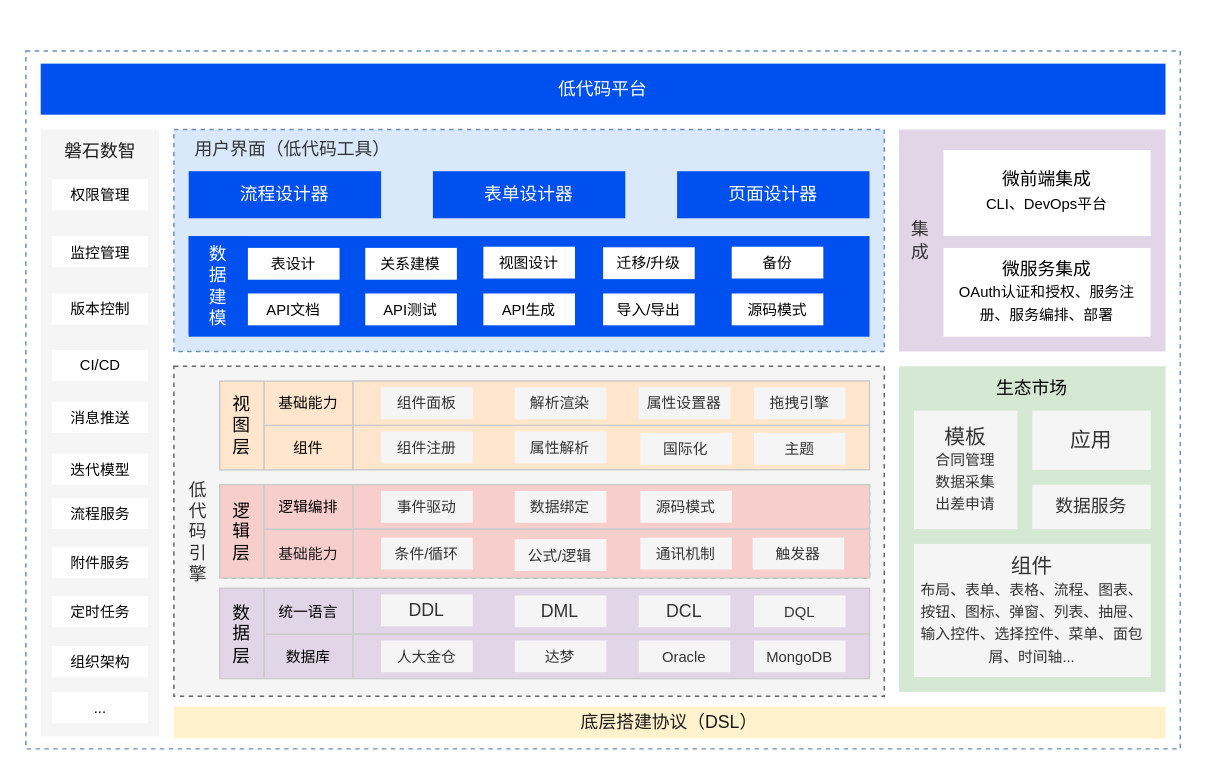
Earlier version of the draw.io diagram 低代码—泳道图—研究内容.drawio (tangyaosimida/love). Source tidied: cells renumbered, new cells numbered last; positions are measured from the earlier drawing's top-left corner, leaving out a move shared by most shapes. Both pictures are drawn from the tidied source at 148%, with x=0, y=0 at pixel (25, 50).
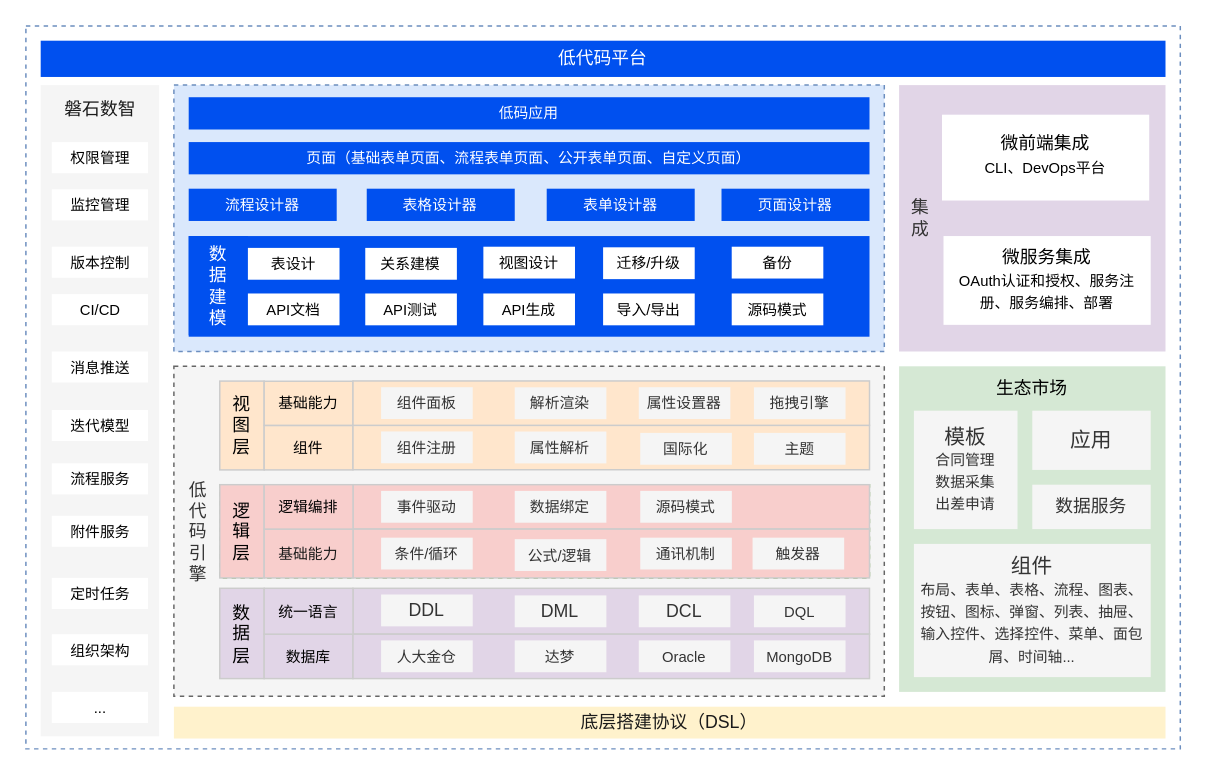
After the change.

Commit message:
更新低代码—泳道图—研究内容.drawio

Change to the diagram source:
```diff
@@
     <mxCell id="2" style="rounded=0;whiteSpace=wrap;html=1;dashed=1;fillColor=none;strokeColor=#6c8ebf;strokeWidth=1;" parent="1" vertex="1">
-      <mxGeometry width="780" height="471.5" as="geometry" />
+      <mxGeometry y="-17" width="780" height="488.5" as="geometry" />
     </mxCell>
@@
     <mxCell id="4" style="rounded=0;whiteSpace=wrap;html=1;fillColor=#dae8fc;strokeColor=#6c8ebf;dashed=1;" parent="1" vertex="1">
-      <mxGeometry x="100" y="53" width="480" height="150" as="geometry" />
+      <mxGeometry x="100" y="23" width="480" height="180" as="geometry" />
     </mxCell>
     <mxCell id="5" style="rounded=0;whiteSpace=wrap;html=1;strokeWidth=1;strokeColor=none;fillColor=#f5f5f5;fontColor=#333333;" parent="1" vertex="1">
-      <mxGeometry x="10" y="53" width="80" height="410" as="geometry" />
+      <mxGeometry x="10" y="23" width="80" height="440" as="geometry" />
     </mxCell>
     <mxCell id="6" value="低代码平台" style="rounded=0;whiteSpace=wrap;html=1;fillColor=#0050ef;fontColor=#ffffff;strokeColor=none;" parent="1" vertex="1">
-      <mxGeometry x="10" y="8.5" width="760" height="34.5" as="geometry" />
+      <mxGeometry x="10" y="-7" width="760" height="24.5" as="geometry" />
     </mxCell>
@@
     <mxCell id="8" value="磐石数智" style="text;html=1;align=center;verticalAlign=middle;whiteSpace=wrap;rounded=0;fontColor=#1A1A1A;" parent="1" vertex="1">
-      <mxGeometry x="17.5" y="58.8" width="65" height="18.5" as="geometry" />
+      <mxGeometry x="17.5" y="31.2" width="65" height="18.5" as="geometry" />
     </mxCell>
@@
     <mxCell id="11" value="权限管理" style="rounded=0;whiteSpace=wrap;html=1;fontSize=10;strokeColor=none;" parent="1" vertex="1">
-      <mxGeometry x="17.5" y="86.6" width="65" height="21" as="geometry" />
+      <mxGeometry x="17.5" y="61.5" width="65" height="21" as="geometry" />
     </mxCell>
     <mxCell id="12" value="监控管理" style="rounded=0;whiteSpace=wrap;html=1;fontSize=10;strokeColor=none;" parent="1" vertex="1">
-      <mxGeometry x="17.5" y="125" width="65" height="21" as="geometry" />
+      <mxGeometry x="17.5" y="93.4" width="65" height="21" as="geometry" />
     </mxCell>
     <mxCell id="13" value="版本控制" style="rounded=0;whiteSpace=wrap;html=1;fontSize=10;strokeColor=none;" parent="1" vertex="1">
-      <mxGeometry x="17.5" y="163.8" width="65" height="21" as="geometry" />
+      <mxGeometry x="17.5" y="132.2" width="65" height="21" as="geometry" />
     </mxCell>
     <mxCell id="14" value="CI/CD" style="rounded=0;whiteSpace=wrap;html=1;fontSize=10;strokeColor=none;" parent="1" vertex="1">
-      <mxGeometry x="17.5" y="201.9" width="65" height="21" as="geometry" />
+      <mxGeometry x="17.5" y="164.2" width="65" height="21" as="geometry" />
     </mxCell>
     <mxCell id="15" value="消息推送" style="rounded=0;whiteSpace=wrap;html=1;fontSize=10;strokeColor=none;" parent="1" vertex="1">
-      <mxGeometry x="17.5" y="237" width="65" height="21" as="geometry" />
+      <mxGeometry x="17.5" y="203" width="65" height="21" as="geometry" />
     </mxCell>
     <mxCell id="16" value="流程服务" style="rounded=0;whiteSpace=wrap;html=1;fontSize=10;strokeColor=none;" parent="1" vertex="1">
-      <mxGeometry x="17.5" y="302" width="65" height="21" as="geometry" />
+      <mxGeometry x="17.5" y="278.5" width="65" height="21" as="geometry" />
     </mxCell>
     <mxCell id="17" value="定时任务" style="rounded=0;whiteSpace=wrap;html=1;fontSize=10;strokeColor=none;" parent="1" vertex="1">
-      <mxGeometry x="17.5" y="368.2" width="65" height="21" as="geometry" />
+      <mxGeometry x="17.5" y="356" width="65" height="21" as="geometry" />
     </mxCell>
     <mxCell id="18" value="组织架构" style="rounded=0;whiteSpace=wrap;html=1;fontSize=10;strokeColor=none;" parent="1" vertex="1">
-      <mxGeometry x="17.5" y="402" width="65" height="21" as="geometry" />
+      <mxGeometry x="17.5" y="394" width="65" height="21" as="geometry" />
     </mxCell>
@@
-    <mxCell id="64" value="&lt;font color=&quot;#333333&quot; style=&quot;font-size: 12px;&quot;&gt;用户界面（低代码工具）&lt;/font&gt;" style="text;html=1;align=center;verticalAlign=middle;whiteSpace=wrap;rounded=0;" parent="1" vertex="1">
-      <mxGeometry x="111" y="53" width="139" height="28.2" as="geometry" />
-    </mxCell>
-    <mxCell id="65" value="流程设计器" style="rounded=0;whiteSpace=wrap;html=1;fillColor=#0050ef;fontColor=#ffffff;strokeColor=none;" parent="1" vertex="1">
-      <mxGeometry x="110" y="81.2" width="130" height="31.8" as="geometry" />
+    <mxCell id="65" value="&lt;font style=&quot;font-size: 10px;&quot;&gt;流程设计器&lt;/font&gt;" style="rounded=0;whiteSpace=wrap;html=1;fillColor=#0050ef;fontColor=#ffffff;strokeColor=none;" parent="1" vertex="1">
+      <mxGeometry x="110" y="93" width="100" height="21.8" as="geometry" />
     </mxCell>
-    <mxCell id="66" value="表单设计器" style="rounded=0;whiteSpace=wrap;html=1;fillColor=#0050ef;fontColor=#ffffff;strokeColor=none;" parent="1" vertex="1">
-      <mxGeometry x="275" y="81.2" width="130" height="31.8" as="geometry" />
-    </mxCell>
-    <mxCell id="67" value="页面设计器" style="rounded=0;whiteSpace=wrap;html=1;fillColor=#0050ef;fontColor=#ffffff;strokeColor=none;" parent="1" vertex="1">
-      <mxGeometry x="440" y="81.2" width="130" height="31.8" as="geometry" />
-    </mxCell>
@@
     <mxCell id="80" value="迭代模型" style="rounded=0;whiteSpace=wrap;html=1;fontSize=10;strokeColor=none;" parent="1" vertex="1">
-      <mxGeometry x="17.5" y="272" width="65" height="21" as="geometry" />
+      <mxGeometry x="17.5" y="242.5" width="65" height="21" as="geometry" />
     </mxCell>
     <mxCell id="81" value="附件服务" style="rounded=0;whiteSpace=wrap;html=1;fontSize=10;strokeColor=none;" parent="1" vertex="1">
-      <mxGeometry x="17.5" y="335" width="65" height="21" as="geometry" />
+      <mxGeometry x="17.5" y="314" width="65" height="21" as="geometry" />
     </mxCell>
     <mxCell id="82" style="rounded=0;whiteSpace=wrap;html=1;fillColor=#e1d5e7;strokeColor=none;" parent="1" vertex="1">
-      <mxGeometry x="590" y="53" width="180" height="150" as="geometry" />
+      <mxGeometry x="590" y="23" width="180" height="180" as="geometry" />
     </mxCell>
     <mxCell id="83" value="&lt;font color=&quot;#333333&quot;&gt;集&lt;/font&gt;&lt;div&gt;&lt;font color=&quot;#333333&quot;&gt;成&lt;/font&gt;&lt;/div&gt;" style="text;html=1;align=center;verticalAlign=middle;whiteSpace=wrap;rounded=0;" parent="1" vertex="1">
-      <mxGeometry x="590" y="83.2" width="29" height="89.5" as="geometry" />
+      <mxGeometry x="590" y="68.2" width="29" height="89.5" as="geometry" />
     </mxCell>
     <mxCell id="84" value="微前端集成&lt;div style=&quot;line-height: 150%;&quot;&gt;&lt;font style=&quot;font-size: 10px;&quot;&gt;CLI、DevOps平台&lt;/font&gt;&lt;/div&gt;" style="rounded=0;whiteSpace=wrap;html=1;strokeColor=none;" parent="1" vertex="1">
-      <mxGeometry x="620" y="67" width="140" height="58" as="geometry" />
+      <mxGeometry x="619" y="43" width="140" height="58" as="geometry" />
     </mxCell>
     <mxCell id="85" value="微服务集&lt;font face=&quot;Helvetica&quot;&gt;成&lt;/font&gt;&lt;div style=&quot;line-height: 150%; font-size: 10px;&quot;&gt;&lt;font style=&quot;font-size: 10px;&quot; face=&quot;Helvetica&quot;&gt;&lt;span style=&quot;background: white;&quot; lang=&quot;EN-US&quot;&gt;OAuth&lt;/span&gt;&lt;span style=&quot;background: white;&quot;&gt;认证和授权、服务注册、服务编排、部署&lt;/span&gt;&lt;/font&gt;&lt;br&gt;&lt;/div&gt;" style="rounded=0;whiteSpace=wrap;html=1;strokeColor=none;" parent="1" vertex="1">
-      <mxGeometry x="620" y="133" width="140" height="60" as="geometry" />
+      <mxGeometry x="620" y="125" width="140" height="60" as="geometry" />
     </mxCell>
+    <mxCell id="86" value="&lt;span style=&quot;font-size: 10px;&quot;&gt;表格设计器&lt;/span&gt;" style="rounded=0;whiteSpace=wrap;html=1;fillColor=#0050ef;fontColor=#ffffff;strokeColor=none;" parent="1" vertex="1">
+      <mxGeometry x="230.3" y="93" width="100" height="21.8" as="geometry" />
+    </mxCell>
+    <mxCell id="66" value="&lt;font style=&quot;font-size: 10px;&quot;&gt;表单设计器&lt;/font&gt;" style="rounded=0;whiteSpace=wrap;html=1;fillColor=#0050ef;fontColor=#ffffff;strokeColor=none;" parent="1" vertex="1">
+      <mxGeometry x="351.9" y="93" width="100" height="21.8" as="geometry" />
+    </mxCell>
+    <mxCell id="67" value="&lt;span style=&quot;font-size: 10px;&quot;&gt;页面设计器&lt;/span&gt;" style="rounded=0;whiteSpace=wrap;html=1;fillColor=#0050ef;fontColor=#ffffff;strokeColor=none;" parent="1" vertex="1">
+      <mxGeometry x="470" y="93" width="100" height="21.8" as="geometry" />
+    </mxCell>
+    <mxCell id="87" value="&lt;span style=&quot;font-size: 10px;&quot;&gt;页面（基础表单页面、流程表单页面、公开表单页面、自定义页面）&lt;/span&gt;" style="rounded=0;whiteSpace=wrap;html=1;fillColor=#0050ef;fontColor=#ffffff;strokeColor=none;" parent="1" vertex="1">
+      <mxGeometry x="110" y="61.5" width="460" height="21.8" as="geometry" />
+    </mxCell>
+    <mxCell id="88" value="&lt;span style=&quot;font-size: 10px;&quot;&gt;低码应用&lt;/span&gt;" style="rounded=0;whiteSpace=wrap;html=1;fillColor=#0050ef;fontColor=#ffffff;strokeColor=none;" parent="1" vertex="1">
+      <mxGeometry x="110" y="31.2" width="460" height="21.8" as="geometry" />
+    </mxCell>
```
